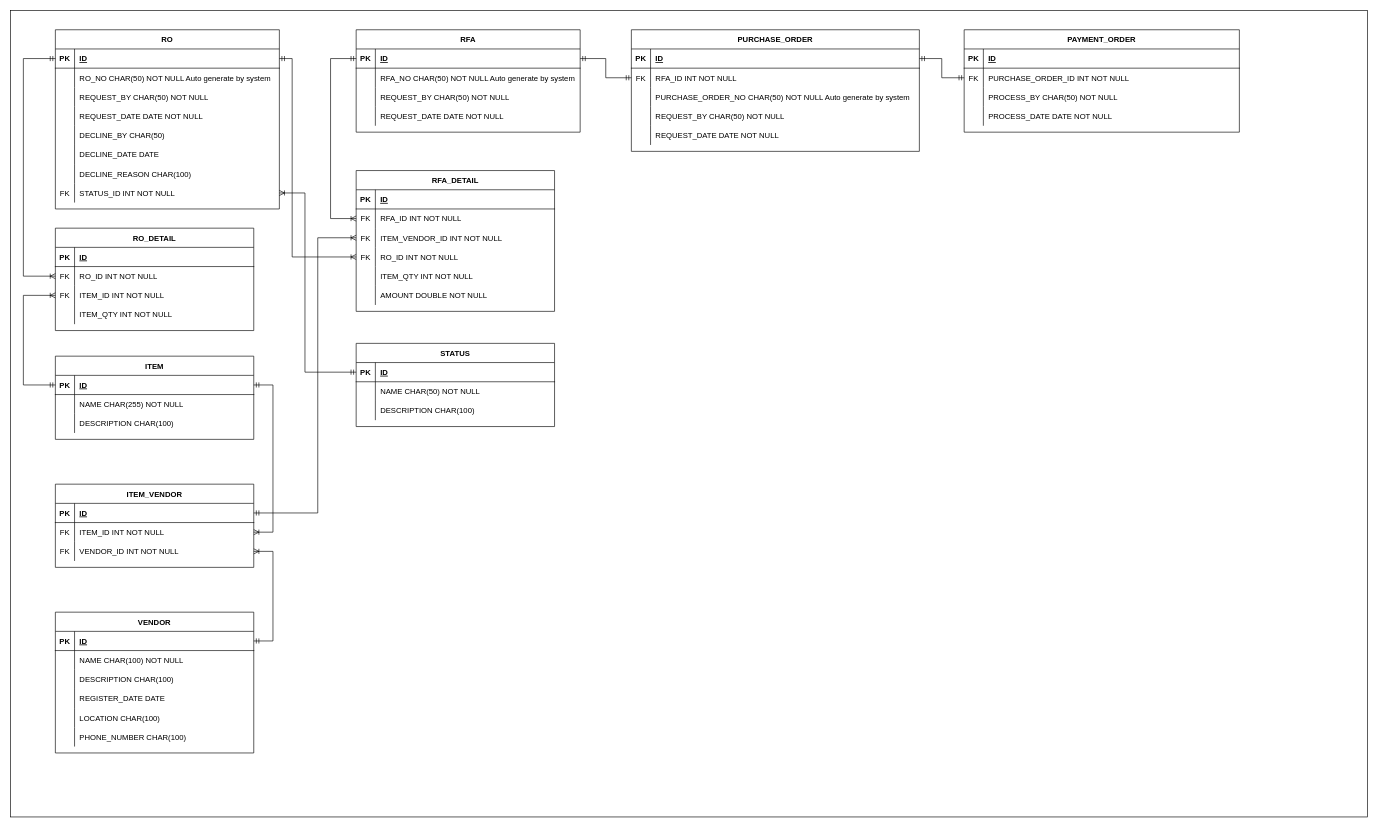
The draw.io diagram Glovis-DB-Design.drawio in johanjah/rfa-db-design, before the edit. Source tidied: cells renumbered, new cells numbered last; positions are measured from the earlier drawing's top-left corner, leaving out a move shared by most shapes. Both pictures are drawn from the tidied source at 64%, with x=0, y=0 at pixel (10, 10).
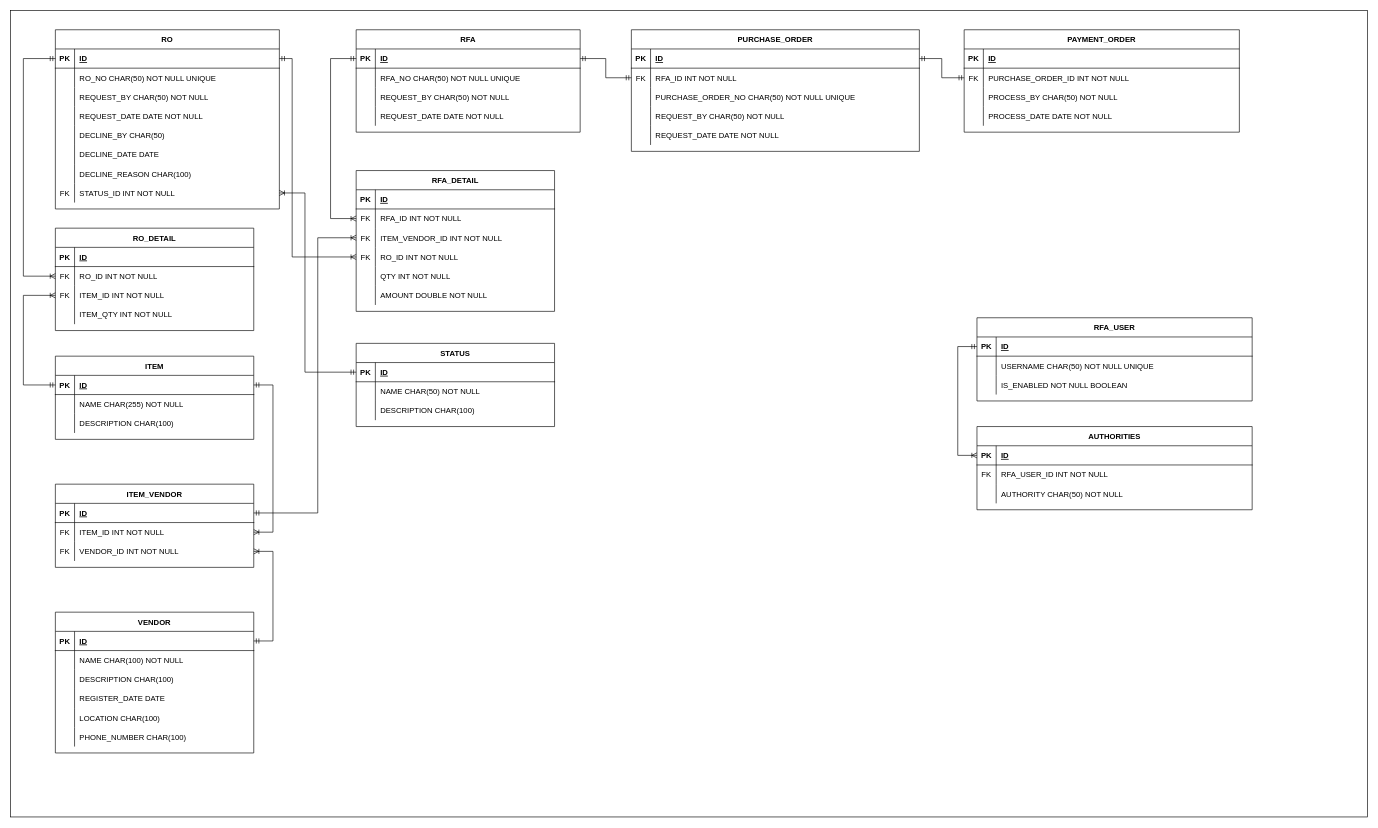
The same diagram, later.

Unchanged cells that the change refers to:
```xml
<mxCell id="7" style="shape=tableRow;horizontal=0;startSize=0;swimlaneHead=0;swimlaneBody=0;fillColor=none;top=0;left=0;right=0;bottom=0;" parent="3" vertex="1">
  <mxGeometry y="60" width="350" height="30" as="geometry" />
</mxCell>
<mxCell id="49" style="shape=tableRow;horizontal=0;startSize=0;swimlaneHead=0;swimlaneBody=0;fillColor=none;top=0;left=0;right=0;bottom=0;" parent="42" vertex="1">
  <mxGeometry y="90" width="450" height="30" as="geometry" />
</mxCell>
<mxCell id="77" style="shape=tableRow;horizontal=0;startSize=0;swimlaneHead=0;swimlaneBody=0;fillColor=none;top=0;left=0;right=0;bottom=0;" parent="73" vertex="1">
  <mxGeometry y="60" width="350" height="30" as="geometry" />
</mxCell>
<mxCell id="111" style="shape=tableRow;horizontal=0;startSize=0;swimlaneHead=0;swimlaneBody=0;fillColor=none;top=0;left=0;right=0;bottom=0;" parent="98" vertex="1">
  <mxGeometry y="150" width="310" height="30" as="geometry" />
</mxCell>
```

Diff of the diagram source:
```diff
@@
-    <mxCell id="9" value="RO_NO CHAR(50) NOT NULL Auto generate by system" style="shape=partialRectangle;fillColor=none;top=0;left=0;bottom=0;right=0;align=left;spacingLeft=6;overflow=hidden;" parent="7" vertex="1">
+    <mxCell id="9" value="RO_NO CHAR(50) NOT NULL UNIQUE" style="shape=partialRectangle;fillColor=none;top=0;left=0;bottom=0;right=0;align=left;spacingLeft=6;overflow=hidden;" parent="7" vertex="1">
       <mxGeometry x="30" width="320" height="30" as="geometry" />
     </mxCell>
@@
-    <mxCell id="51" value="PURCHASE_ORDER_NO CHAR(50) NOT NULL Auto generate by system" style="shape=partialRectangle;fillColor=none;top=0;left=0;bottom=0;right=0;align=left;spacingLeft=6;overflow=hidden;" parent="49" vertex="1">
+    <mxCell id="51" value="PURCHASE_ORDER_NO CHAR(50) NOT NULL UNIQUE" style="shape=partialRectangle;fillColor=none;top=0;left=0;bottom=0;right=0;align=left;spacingLeft=6;overflow=hidden;" parent="49" vertex="1">
       <mxGeometry x="30" width="420" height="30" as="geometry" />
     </mxCell>
@@
-    <mxCell id="79" value="RFA_NO CHAR(50) NOT NULL Auto generate by system" style="shape=partialRectangle;fillColor=none;top=0;left=0;bottom=0;right=0;align=left;spacingLeft=6;overflow=hidden;" parent="77" vertex="1">
+    <mxCell id="79" value="RFA_NO CHAR(50) NOT NULL UNIQUE" style="shape=partialRectangle;fillColor=none;top=0;left=0;bottom=0;right=0;align=left;spacingLeft=6;overflow=hidden;" parent="77" vertex="1">
       <mxGeometry x="30" width="320" height="30" as="geometry" />
     </mxCell>
@@
-    <mxCell id="113" value="ITEM_QTY INT NOT NULL" style="shape=partialRectangle;fillColor=none;top=0;left=0;bottom=0;right=0;align=left;spacingLeft=6;overflow=hidden;" parent="111" vertex="1">
+    <mxCell id="113" value="QTY INT NOT NULL" style="shape=partialRectangle;fillColor=none;top=0;left=0;bottom=0;right=0;align=left;spacingLeft=6;overflow=hidden;" parent="111" vertex="1">
       <mxGeometry x="30" width="280" height="30" as="geometry" />
     </mxCell>
@@
+    <mxCell id="161" value="RFA_USER" style="shape=table;startSize=30;childLayout=tableLayout;rowLines=0;fontStyle=1;align=center;" parent="1" vertex="1">
+      <mxGeometry x="1510" y="480" width="430" height="130" as="geometry" />
+    </mxCell>
+    <mxCell id="162" style="shape=tableRow;horizontal=0;startSize=0;swimlaneHead=0;swimlaneBody=0;fillColor=none;points=[[0,0.5],[1,0.5]];portConstraint=eastwest;top=0;left=0;right=0;bottom=1;" parent="161" vertex="1">
+      <mxGeometry y="30" width="430" height="30" as="geometry" />
+    </mxCell>
+    <mxCell id="163" value="PK" style="shape=partialRectangle;fillColor=none;top=0;left=0;bottom=0;right=0;fontStyle=1;overflow=hidden;" parent="162" vertex="1">
+      <mxGeometry width="30" height="30" as="geometry" />
+    </mxCell>
+    <mxCell id="164" value="ID" style="shape=partialRectangle;fillColor=none;top=0;left=0;bottom=0;right=0;align=left;spacingLeft=6;fontStyle=5;overflow=hidden;" parent="162" vertex="1">
+      <mxGeometry x="30" width="400" height="30" as="geometry" />
+    </mxCell>
+    <mxCell id="165" style="shape=tableRow;horizontal=0;startSize=0;swimlaneHead=0;swimlaneBody=0;fillColor=none;top=0;left=0;right=0;bottom=0;" parent="161" vertex="1">
+      <mxGeometry y="60" width="430" height="30" as="geometry" />
+    </mxCell>
+    <mxCell id="166" style="shape=partialRectangle;fillColor=none;top=0;left=0;bottom=0;right=0;overflow=hidden;" parent="165" vertex="1">
+      <mxGeometry width="30" height="30" as="geometry" />
+    </mxCell>
+    <mxCell id="167" value="USERNAME CHAR(50) NOT NULL UNIQUE" style="shape=partialRectangle;fillColor=none;top=0;left=0;bottom=0;right=0;align=left;spacingLeft=6;overflow=hidden;" parent="165" vertex="1">
+      <mxGeometry x="30" width="400" height="30" as="geometry" />
+    </mxCell>
+    <mxCell id="168" style="shape=tableRow;horizontal=0;startSize=0;swimlaneHead=0;swimlaneBody=0;fillColor=none;top=0;left=0;right=0;bottom=0;" parent="161" vertex="1">
+      <mxGeometry y="90" width="430" height="30" as="geometry" />
+    </mxCell>
+    <mxCell id="169" style="shape=partialRectangle;fillColor=none;top=0;left=0;bottom=0;right=0;overflow=hidden;" parent="168" vertex="1">
+      <mxGeometry width="30" height="30" as="geometry" />
+    </mxCell>
+    <mxCell id="170" value="IS_ENABLED NOT NULL BOOLEAN" style="shape=partialRectangle;fillColor=none;top=0;left=0;bottom=0;right=0;align=left;spacingLeft=6;overflow=hidden;" parent="168" vertex="1">
+      <mxGeometry x="30" width="400" height="30" as="geometry" />
+    </mxCell>
+    <mxCell id="171" value="AUTHORITIES" style="shape=table;startSize=30;childLayout=tableLayout;rowLines=0;fontStyle=1;align=center;" parent="1" vertex="1">
+      <mxGeometry x="1510" y="650" width="430" height="130" as="geometry" />
+    </mxCell>
+    <mxCell id="172" style="shape=tableRow;horizontal=0;startSize=0;swimlaneHead=0;swimlaneBody=0;fillColor=none;points=[[0,0.5],[1,0.5]];portConstraint=eastwest;top=0;left=0;right=0;bottom=1;" parent="171" vertex="1">
+      <mxGeometry y="30" width="430" height="30" as="geometry" />
+    </mxCell>
+    <mxCell id="173" value="PK" style="shape=partialRectangle;fillColor=none;top=0;left=0;bottom=0;right=0;fontStyle=1;overflow=hidden;" parent="172" vertex="1">
+      <mxGeometry width="30" height="30" as="geometry" />
+    </mxCell>
+    <mxCell id="174" value="ID" style="shape=partialRectangle;fillColor=none;top=0;left=0;bottom=0;right=0;align=left;spacingLeft=6;fontStyle=5;overflow=hidden;" parent="172" vertex="1">
+      <mxGeometry x="30" width="400" height="30" as="geometry" />
+    </mxCell>
+    <mxCell id="175" style="shape=tableRow;horizontal=0;startSize=0;swimlaneHead=0;swimlaneBody=0;fillColor=none;top=0;left=0;right=0;bottom=0;" parent="171" vertex="1">
+      <mxGeometry y="60" width="430" height="30" as="geometry" />
+    </mxCell>
+    <mxCell id="176" value="FK" style="shape=partialRectangle;fillColor=none;top=0;left=0;bottom=0;right=0;overflow=hidden;" parent="175" vertex="1">
+      <mxGeometry width="30" height="30" as="geometry" />
+    </mxCell>
+    <mxCell id="177" value="RFA_USER_ID INT NOT NULL" style="shape=partialRectangle;fillColor=none;top=0;left=0;bottom=0;right=0;align=left;spacingLeft=6;overflow=hidden;" parent="175" vertex="1">
+      <mxGeometry x="30" width="400" height="30" as="geometry" />
+    </mxCell>
+    <mxCell id="178" style="shape=tableRow;horizontal=0;startSize=0;swimlaneHead=0;swimlaneBody=0;fillColor=none;top=0;left=0;right=0;bottom=0;" parent="171" vertex="1">
+      <mxGeometry y="90" width="430" height="30" as="geometry" />
+    </mxCell>
+    <mxCell id="179" style="shape=partialRectangle;fillColor=none;top=0;left=0;bottom=0;right=0;overflow=hidden;" parent="178" vertex="1">
+      <mxGeometry width="30" height="30" as="geometry" />
+    </mxCell>
+    <mxCell id="180" value="AUTHORITY CHAR(50) NOT NULL" style="shape=partialRectangle;fillColor=none;top=0;left=0;bottom=0;right=0;align=left;spacingLeft=6;overflow=hidden;" parent="178" vertex="1">
+      <mxGeometry x="30" width="400" height="30" as="geometry" />
+    </mxCell>
+    <mxCell id="181" style="edgeStyle=elbowEdgeStyle;fontSize=12;html=1;endArrow=ERoneToMany;startArrow=ERmandOne;rounded=0;" parent="1" edge="1" source="162" target="172">
+      <mxGeometry relative="1" as="geometry">
+        <Array as="points">
+          <mxPoint x="1480" y="600" />
+        </Array>
+      </mxGeometry>
+    </mxCell>
```
